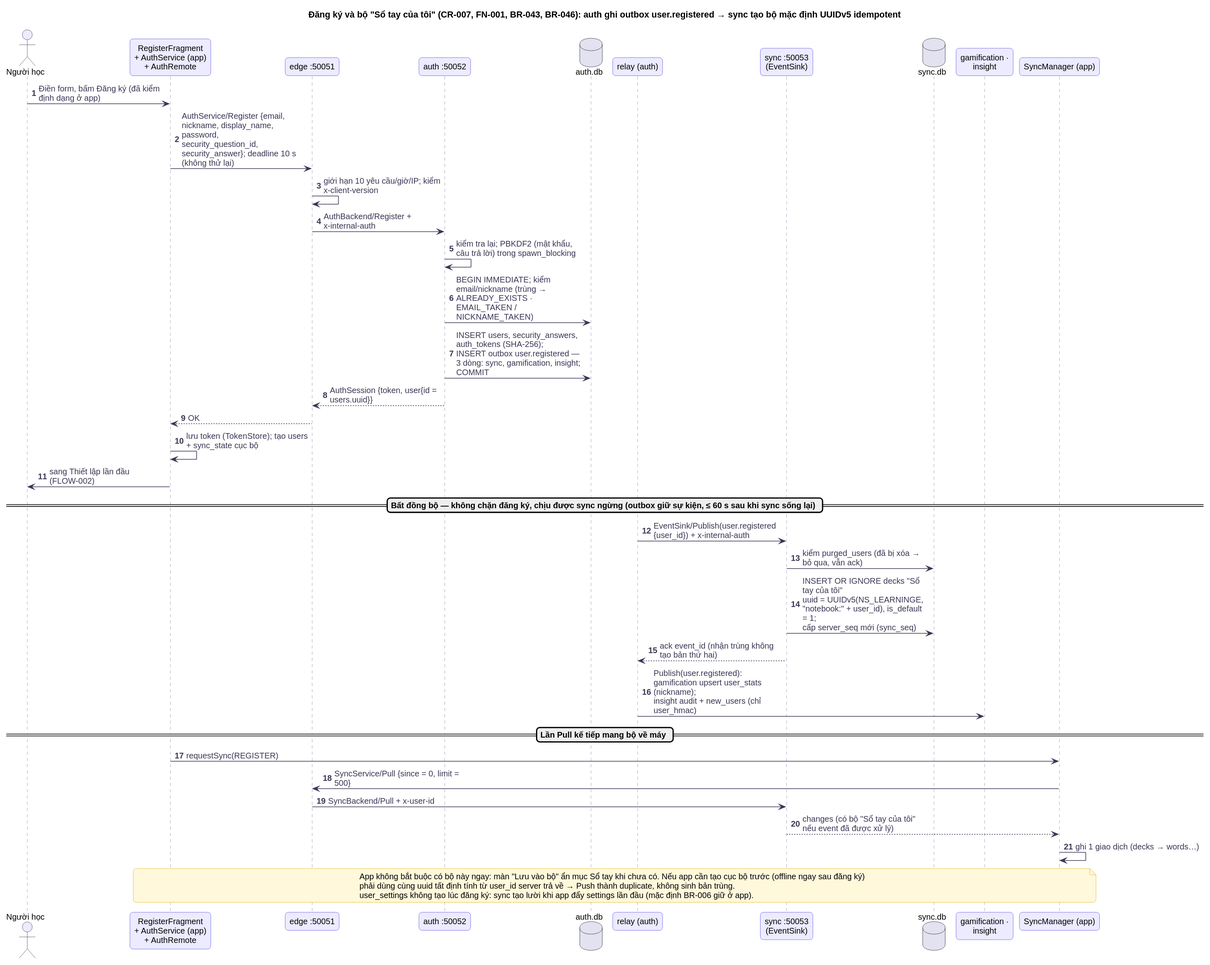
Earlier version of the PlantUML export docs/diagrams/sequence/seq-register-notebook.svg (at1308033-sketch/LearningE_app). Source of this version:
```plantuml
@startuml
!include ../_style.puml
skinparam dpi 105
title Đăng ký và bộ "Sổ tay của tôi" (CR-007, FN-001, BR-043, BR-046): auth ghi outbox user.registered → sync tạo bộ mặc định UUIDv5 idempotent
autonumber
skinparam maxMessageSize 200

actor "Người học" as U
participant "RegisterFragment\n+ AuthService (app)\n+ AuthRemote" as APP
participant "edge :50051" as E
participant "auth :50052" as A
database "auth.db" as ADB
participant "relay (auth)" as RL
participant "sync :50053\n(EventSink)" as S
database "sync.db" as SDB
participant "gamification ·\ninsight" as GI
participant "SyncManager (app)" as SM

U -> APP : Điền form, bấm Đăng ký (đã kiểm định dạng ở app)
APP -> E : AuthService/Register {email, nickname, display_name, password,\nsecurity_question_id, security_answer}; deadline 10 s (không thử lại)
E -> E : giới hạn 10 yêu cầu/giờ/IP; kiểm x-client-version
E -> A : AuthBackend/Register + x-internal-auth
A -> A : kiểm tra lại; PBKDF2 (mật khẩu, câu trả lời) trong spawn_blocking
A -> ADB : BEGIN IMMEDIATE; kiểm email/nickname (trùng → ALREADY_EXISTS · EMAIL_TAKEN / NICKNAME_TAKEN)
A -> ADB : INSERT users, security_answers, auth_tokens (SHA-256);\nINSERT outbox user.registered — 3 dòng: sync, gamification, insight; COMMIT
A --> E : AuthSession {token, user{id = users.uuid}}
E --> APP : OK
APP -> APP : lưu token (TokenStore); tạo users + sync_state cục bộ
APP -> U : sang Thiết lập lần đầu (FLOW-002)

== Bất đồng bộ — không chặn đăng ký, chịu được sync ngừng (outbox giữ sự kiện, ≤ 60 s sau khi sync sống lại) ==
RL -> S : EventSink/Publish(user.registered {user_id}) + x-internal-auth
S -> SDB : kiểm purged_users (đã bị xóa → bỏ qua, vẫn ack)
S -> SDB : INSERT OR IGNORE decks "Sổ tay của tôi"\nuuid = UUIDv5(NS_LEARNINGE, "notebook:" + user_id), is_default = 1;\ncấp server_seq mới (sync_seq)
S --> RL : ack event_id (nhận trùng không tạo bản thứ hai)
RL -> GI : Publish(user.registered): gamification upsert user_stats (nickname);\ninsight audit + new_users (chỉ user_hmac)

== Lần Pull kế tiếp mang bộ về máy ==
APP -> SM : requestSync(REGISTER)
SM -> E : SyncService/Pull {since = 0, limit = 500}
E -> S : SyncBackend/Pull + x-user-id
S --> SM : changes (có bộ "Sổ tay của tôi" nếu event đã được xử lý)
SM -> SM : ghi 1 giao dịch (decks → words…)

note over APP, SM
  App không bắt buộc có bộ này ngay: màn "Lưu vào bộ" ẩn mục Sổ tay khi chưa có. Nếu app cần tạo cục bộ trước (offline ngay sau đăng ký)
  phải dùng cùng uuid tất định tính từ user_id server trả về → Push thành duplicate, không sinh bản trùng.
  user_settings không tạo lúc đăng ký: sync tạo lười khi app đẩy settings lần đầu (mặc định BR-006 giữ ở app).
end note
@enduml
```
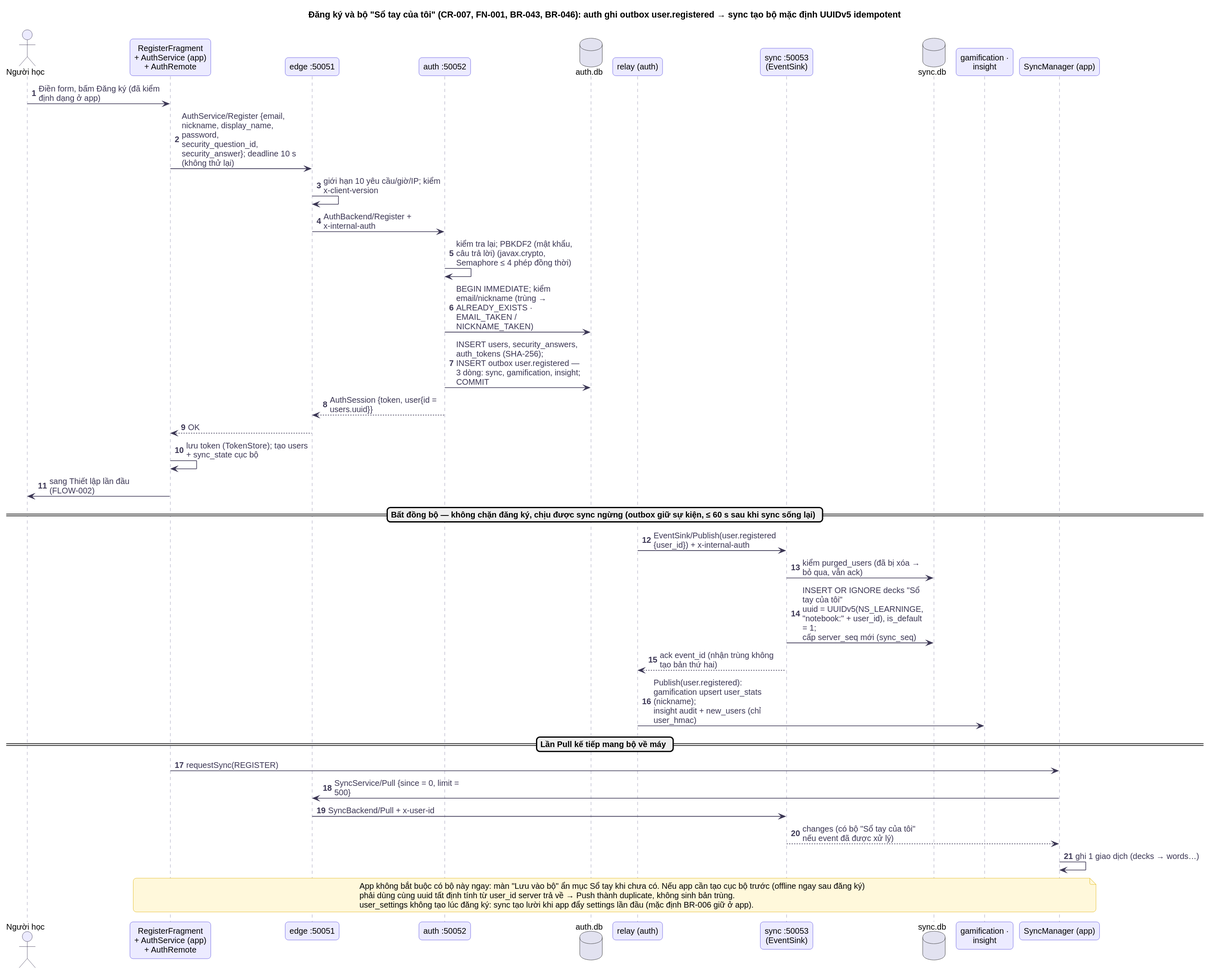
Later version of the same file.

Diff of the diagram source:
```diff
@@ -20,7 +20,7 @@
 APP -> E : AuthService/Register {email, nickname, display_name, password,\nsecurity_question_id, security_answer}; deadline 10 s (không thử lại)
 E -> E : giới hạn 10 yêu cầu/giờ/IP; kiểm x-client-version
 E -> A : AuthBackend/Register + x-internal-auth
-A -> A : kiểm tra lại; PBKDF2 (mật khẩu, câu trả lời) trong spawn_blocking
+A -> A : kiểm tra lại; PBKDF2 (mật khẩu, câu trả lời) (javax.crypto, Semaphore ≤ 4 phép đồng thời)
 A -> ADB : BEGIN IMMEDIATE; kiểm email/nickname (trùng → ALREADY_EXISTS · EMAIL_TAKEN / NICKNAME_TAKEN)
 A -> ADB : INSERT users, security_answers, auth_tokens (SHA-256);\nINSERT outbox user.registered — 3 dòng: sync, gamification, insight; COMMIT
 A --> E : AuthSession {token, user{id = users.uuid}}
```
